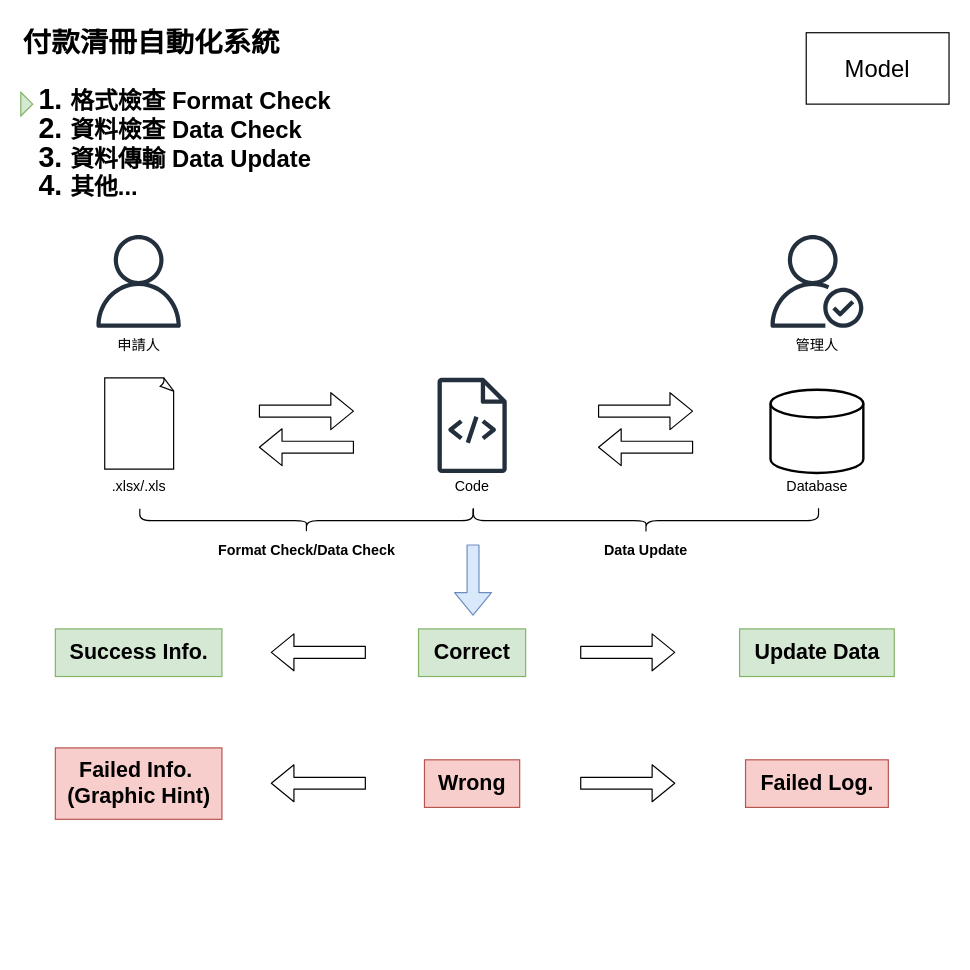
Before: page "Overview" (1 of 2) of system_architecture.drawio in DarriusChen/paybility, a draw.io diagram. Source tidied: cells renumbered, new cells numbered last; positions are measured from the earlier drawing's top-left corner, leaving out a move shared by most shapes. Both pictures are drawn from the tidied source at 119%, with x=0, y=0 at pixel (20, 20).
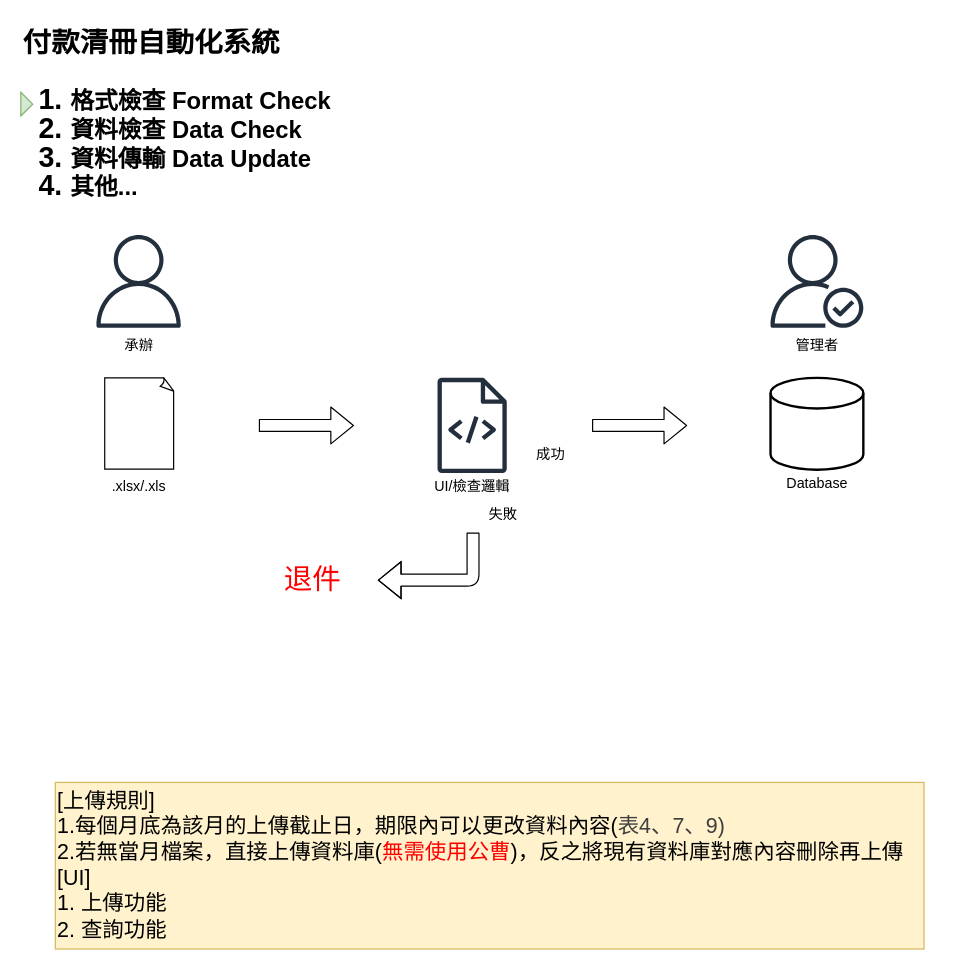
The same diagram, later.

The change refers to these unchanged cells:
```xml
<mxCell id="4" style="group;" parent="1" vertex="1">
  <mxGeometry x="630" y="180" width="78" height="108" as="geometry" />
</mxCell>
<mxCell id="7" style="group;" parent="1" vertex="1">
  <mxGeometry x="60" y="180" width="78" height="108" as="geometry" />
</mxCell>
```

What changed in the source:
```diff
@@
-    <mxCell id="6" value="管理人" style="text;html=1;align=center;verticalAlign=middle;strokeColor=none;fillColor=none;" parent="4" vertex="1">
+    <mxCell id="6" value="管理者" style="text;html=1;align=center;verticalAlign=middle;strokeColor=none;fillColor=none;" parent="4" vertex="1">
       <mxGeometry x="9" y="78" width="60" height="30" as="geometry" />
     </mxCell>
@@
-    <mxCell id="9" value="申請人" style="text;html=1;align=center;verticalAlign=middle;strokeColor=none;fillColor=none;" parent="7" vertex="1">
-      <mxGeometry x="9" y="78" width="60" height="30" as="geometry" />
+    <mxCell id="9" value="承辦" style="text;html=1;align=center;verticalAlign=middle;strokeColor=none;fillColor=none;" parent="7" vertex="1">
+      <mxGeometry x="14" y="78" width="50" height="30" as="geometry" />
     </mxCell>
     <mxCell id="10" style="group;" parent="1" vertex="1">
-      <mxGeometry x="630" y="310" width="78" height="96.7" as="geometry" />
+      <mxGeometry x="630" y="300" width="78" height="106.7" as="geometry" />
     </mxCell>
     <mxCell id="11" style="strokeWidth=2;html=1;shape=mxgraph.flowchart.database;whiteSpace=wrap;" parent="10" vertex="1">
-      <mxGeometry width="78" height="70" as="geometry" />
+      <mxGeometry width="78" height="77.2" as="geometry" />
     </mxCell>
     <mxCell id="12" value="Database" style="text;html=1;align=center;verticalAlign=middle;strokeColor=none;fillColor=none;" parent="10" vertex="1">
-      <mxGeometry x="4" y="66.7" width="70" height="30" as="geometry" />
+      <mxGeometry x="4" y="73.6" width="70" height="30" as="geometry" />
     </mxCell>
@@
-    <mxCell id="16" style="group;" parent="1" vertex="1">
-      <mxGeometry x="100" y="410" width="280" height="50" as="geometry" />
-    </mxCell>
-    <mxCell id="17" style="shape=curlyBracket;whiteSpace=wrap;html=1;rounded=1;flipH=1;labelPosition=right;verticalLabelPosition=middle;align=left;verticalAlign=middle;rotation=90;" parent="16" vertex="1">
-      <mxGeometry x="130" y="-130" width="20" height="280" as="geometry" />
-    </mxCell>
-    <mxCell id="18" value="&lt;b&gt;Format Check/Data Check&lt;/b&gt;" style="text;html=1;align=center;verticalAlign=middle;strokeColor=none;fillColor=none;" parent="16" vertex="1">
-      <mxGeometry x="55" y="20" width="170" height="30" as="geometry" />
-    </mxCell>
-    <mxCell id="19" style="group;" parent="1" vertex="1">
-      <mxGeometry x="485" y="328" width="80" height="30.3" as="geometry" />
-    </mxCell>
-    <mxCell id="20" style="shape=flexArrow;endArrow=classic;html=1;" parent="19" edge="1">
-      <mxGeometry relative="1" as="geometry">
-        <mxPoint as="sourcePoint" />
-        <mxPoint x="80" as="targetPoint" />
-      </mxGeometry>
-    </mxCell>
-    <mxCell id="21" style="shape=flexArrow;endArrow=classic;html=1;" parent="19" edge="1">
-      <mxGeometry relative="1" as="geometry">
-        <mxPoint x="80" y="30.3" as="sourcePoint" />
-        <mxPoint y="30.3" as="targetPoint" />
-      </mxGeometry>
-    </mxCell>
-    <mxCell id="22" style="group;" parent="1" vertex="1">
-      <mxGeometry x="200" y="328" width="80" height="30.3" as="geometry" />
-    </mxCell>
-    <mxCell id="23" style="shape=flexArrow;endArrow=classic;html=1;" parent="22" edge="1">
-      <mxGeometry relative="1" as="geometry">
-        <mxPoint as="sourcePoint" />
-        <mxPoint x="80" as="targetPoint" />
-      </mxGeometry>
-    </mxCell>
-    <mxCell id="24" style="shape=flexArrow;endArrow=classic;html=1;" parent="22" edge="1">
-      <mxGeometry relative="1" as="geometry">
-        <mxPoint x="80" y="30.3" as="sourcePoint" />
-        <mxPoint y="30.3" as="targetPoint" />
-      </mxGeometry>
-    </mxCell>
-    <mxCell id="25" style="shape=curlyBracket;whiteSpace=wrap;html=1;rounded=1;flipH=1;labelPosition=right;verticalLabelPosition=middle;align=left;verticalAlign=middle;rotation=90;" parent="1" vertex="1">
-      <mxGeometry x="515" y="275" width="20.7" height="290" as="geometry" />
-    </mxCell>
-    <mxCell id="26" value="&lt;b&gt;Data Update&lt;/b&gt;" style="text;html=1;align=center;verticalAlign=middle;strokeColor=none;fillColor=none;" parent="1" vertex="1">
-      <mxGeometry x="480" y="430" width="90" height="30" as="geometry" />
-    </mxCell>
-    <mxCell id="27" value="&lt;font style=&quot;font-size: 18px;&quot;&gt;&lt;b&gt;Correct&lt;/b&gt;&lt;/font&gt;" style="text;html=1;align=center;verticalAlign=middle;strokeColor=#82b366;fillColor=#d5e8d4;" parent="1" vertex="1">
-      <mxGeometry x="334.2" y="511" width="90" height="40" as="geometry" />
-    </mxCell>
-    <mxCell id="28" value="&lt;font style=&quot;font-size: 18px;&quot;&gt;&lt;b&gt;Wrong&lt;/b&gt;&lt;/font&gt;" style="text;html=1;align=center;verticalAlign=middle;strokeColor=#b85450;fillColor=#f8cecc;" parent="1" vertex="1">
-      <mxGeometry x="339.2" y="621" width="80" height="40" as="geometry" />
-    </mxCell>
-    <mxCell id="29" style="shape=flexArrow;endArrow=classic;html=1;" parent="1" edge="1">
-      <mxGeometry relative="1" as="geometry">
-        <mxPoint x="470" y="530.7" as="sourcePoint" />
-        <mxPoint x="550" y="530.7" as="targetPoint" />
-      </mxGeometry>
-    </mxCell>
-    <mxCell id="30" style="shape=flexArrow;endArrow=classic;html=1;" parent="1" edge="1">
-      <mxGeometry relative="1" as="geometry">
-        <mxPoint x="290" y="530.7" as="sourcePoint" />
-        <mxPoint x="210" y="530.7" as="targetPoint" />
-      </mxGeometry>
-    </mxCell>
-    <mxCell id="31" value="&lt;span style=&quot;font-size: 18px;&quot;&gt;&lt;b&gt;Success Info.&lt;/b&gt;&lt;/span&gt;" style="text;html=1;align=center;verticalAlign=middle;strokeColor=#82b366;fillColor=#d5e8d4;" parent="1" vertex="1">
-      <mxGeometry x="29" y="511" width="140" height="40" as="geometry" />
-    </mxCell>
-    <mxCell id="32" value="&lt;span style=&quot;font-size: 18px;&quot;&gt;&lt;b&gt;Update Data&lt;/b&gt;&lt;/span&gt;" style="text;html=1;align=center;verticalAlign=middle;strokeColor=#82b366;fillColor=#d5e8d4;" parent="1" vertex="1">
-      <mxGeometry x="604" y="511" width="130" height="40" as="geometry" />
-    </mxCell>
-    <mxCell id="33" style="shape=flexArrow;endArrow=classic;html=1;fillColor=#dae8fc;strokeColor=#6c8ebf;" parent="1" edge="1">
-      <mxGeometry relative="1" as="geometry">
-        <mxPoint x="380" y="440" as="sourcePoint" />
-        <mxPoint x="380" y="500" as="targetPoint" />
-      </mxGeometry>
-    </mxCell>
-    <mxCell id="34" style="shape=flexArrow;endArrow=classic;html=1;" parent="1" edge="1">
-      <mxGeometry relative="1" as="geometry">
-        <mxPoint x="470" y="640.7" as="sourcePoint" />
-        <mxPoint x="550" y="640.7" as="targetPoint" />
-      </mxGeometry>
-    </mxCell>
-    <mxCell id="35" value="&lt;span style=&quot;font-size: 18px;&quot;&gt;&lt;b&gt;Failed Log.&lt;/b&gt;&lt;/span&gt;" style="text;html=1;align=center;verticalAlign=middle;strokeColor=#b85450;fillColor=#f8cecc;" parent="1" vertex="1">
-      <mxGeometry x="609" y="621" width="120" height="40" as="geometry" />
-    </mxCell>
-    <mxCell id="36" style="shape=flexArrow;endArrow=classic;html=1;" parent="1" edge="1">
-      <mxGeometry relative="1" as="geometry">
-        <mxPoint x="290" y="640.7" as="sourcePoint" />
-        <mxPoint x="210" y="640.7" as="targetPoint" />
-      </mxGeometry>
-    </mxCell>
-    <mxCell id="37" value="&lt;span style=&quot;font-size: 18px;&quot;&gt;&lt;b&gt;Failed Info.&amp;nbsp;&lt;/b&gt;&lt;/span&gt;&lt;div&gt;&lt;span style=&quot;font-size: 18px;&quot;&gt;&lt;b&gt;(Graphic Hint)&lt;/b&gt;&lt;/span&gt;&lt;/div&gt;" style="text;html=1;align=center;verticalAlign=middle;strokeColor=#b85450;fillColor=#f8cecc;" parent="1" vertex="1">
-      <mxGeometry x="29" y="611" width="140" height="60" as="geometry" />
-    </mxCell>
     <mxCell id="38" style="group;" parent="1" vertex="1">
-      <mxGeometry x="350" y="300" width="58.5" height="106.7" as="geometry" />
+      <mxGeometry x="350" y="300" width="74.2" height="106.7" as="geometry" />
     </mxCell>
@@
-    <mxCell id="40" value="Code" style="text;html=1;align=center;verticalAlign=middle;strokeColor=none;fillColor=none;" parent="38" vertex="1">
-      <mxGeometry x="4.2" y="76.7" width="50" height="30" as="geometry" />
+    <mxCell id="40" value="UI/檢查邏輯" style="text;html=1;align=center;verticalAlign=middle;strokeColor=none;fillColor=none;" parent="38" vertex="1">
+      <mxGeometry x="-15.8" y="76.7" width="90" height="30" as="geometry" />
     </mxCell>
-    <mxCell id="41" value="&lt;font style=&quot;font-size: 20px;&quot;&gt;Model&lt;/font&gt;" style="rounded=0;whiteSpace=wrap;html=1;" parent="1" vertex="1">
-      <mxGeometry x="660" y="10" width="120" height="60" as="geometry" />
-    </mxCell>
+    <mxCell id="23" style="shape=flexArrow;endArrow=classic;html=1;" parent="1" edge="1">
+      <mxGeometry relative="1" as="geometry">
+        <mxPoint x="200" y="340" as="sourcePoint" />
+        <mxPoint x="280" y="340" as="targetPoint" />
+      </mxGeometry>
+    </mxCell>
+    <mxCell id="20" style="shape=flexArrow;endArrow=classic;html=1;" parent="1" edge="1">
+      <mxGeometry relative="1" as="geometry">
+        <mxPoint x="480" y="340" as="sourcePoint" />
+        <mxPoint x="560" y="340" as="targetPoint" />
+      </mxGeometry>
+    </mxCell>
+    <mxCell id="21" style="shape=flexArrow;endArrow=classic;html=1;" parent="1" edge="1">
+      <mxGeometry relative="1" as="geometry">
+        <mxPoint x="380" y="430" as="sourcePoint" />
+        <mxPoint x="300" y="470" as="targetPoint" />
+        <Array as="points">
+          <mxPoint x="380" y="470" />
+        </Array>
+      </mxGeometry>
+    </mxCell>
+    <mxCell id="42" value="&lt;font style=&quot;font-size: 18px;&quot;&gt;[上傳規則]&lt;br&gt;1.每個月底為該月的上傳截止日，期限內可以更改資料&lt;/font&gt;&lt;span style=&quot;font-size: 18px; background-color: transparent;&quot;&gt;內容(&lt;/span&gt;&lt;span style=&quot;color: rgb(63, 63, 63); font-size: 18px; background-color: transparent;&quot;&gt;表4、7、9)&lt;/span&gt;&lt;div&gt;&lt;font style=&quot;font-size: 18px;&quot;&gt;2.若無當月檔案，直接上傳資料庫(&lt;font style=&quot;color: rgb(255, 0, 0);&quot;&gt;無需使用公曹&lt;/font&gt;)，反之將現有資料庫對應內容刪除再上傳&lt;br&gt;[UI]&lt;br&gt;1. 上傳功能&lt;br&gt;2. 查詢功能&lt;/font&gt;&lt;/div&gt;" style="text;html=1;align=left;verticalAlign=middle;strokeColor=#d6b656;fillColor=#fff2cc;" parent="1" vertex="1">
+      <mxGeometry x="29" y="640" width="730" height="140" as="geometry" />
+    </mxCell>
+    <mxCell id="43" value="失敗" style="text;html=1;align=center;verticalAlign=middle;strokeColor=none;fillColor=none;" parent="1" vertex="1">
+      <mxGeometry x="380" y="400" width="50" height="30" as="geometry" />
+    </mxCell>
+    <mxCell id="44" value="成功" style="text;html=1;align=center;verticalAlign=middle;strokeColor=none;fillColor=none;" parent="1" vertex="1">
+      <mxGeometry x="420" y="350" width="50" height="30" as="geometry" />
+    </mxCell>
+    <mxCell id="45" value="&lt;font style=&quot;font-size: 24px; color: rgb(255, 0, 0);&quot;&gt;退件&lt;/font&gt;" style="text;html=1;align=center;verticalAlign=middle;strokeColor=none;fillColor=none;" parent="1" vertex="1">
+      <mxGeometry x="210" y="450" width="70" height="40" as="geometry" />
+    </mxCell>
```
